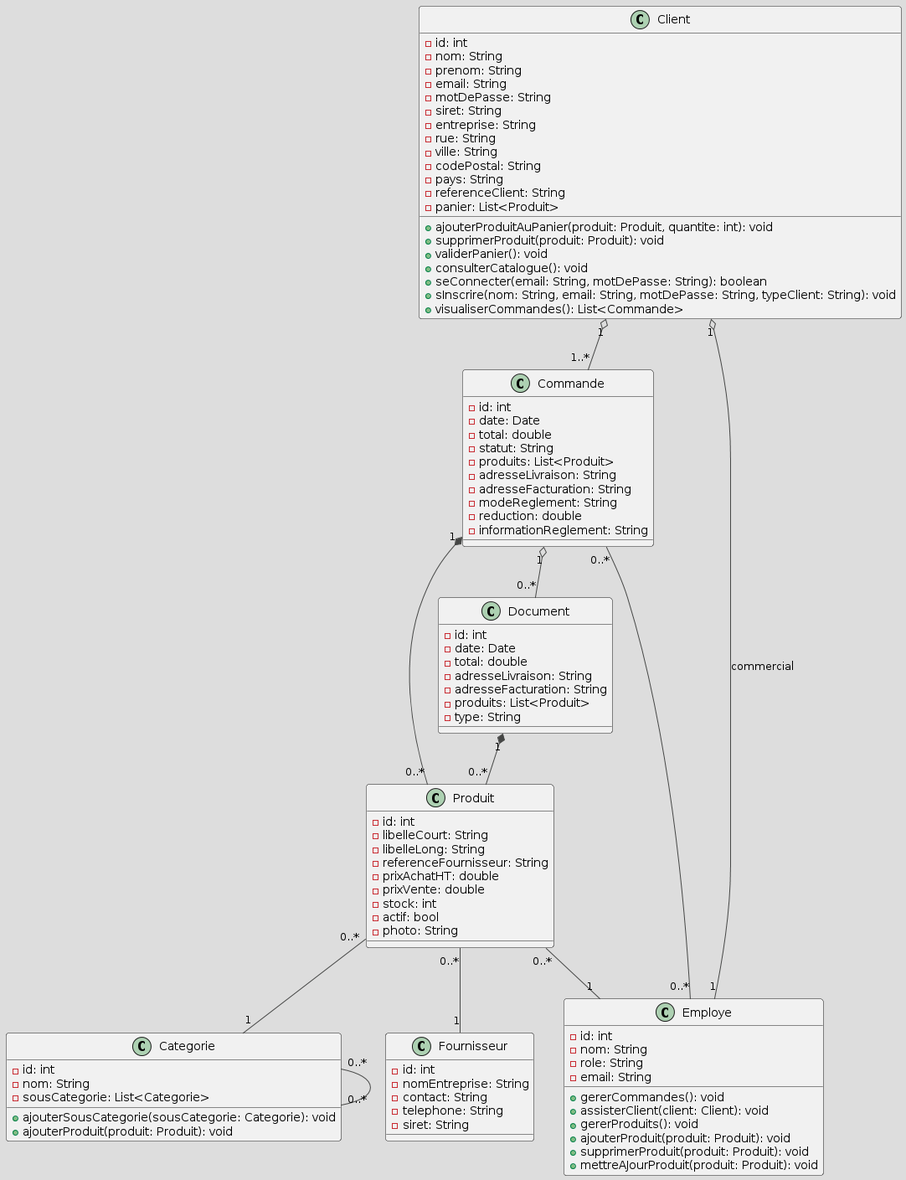
Above: modelisation/diagramme_classe.png in clemence95/villagegreen (PlantUML), before the change.
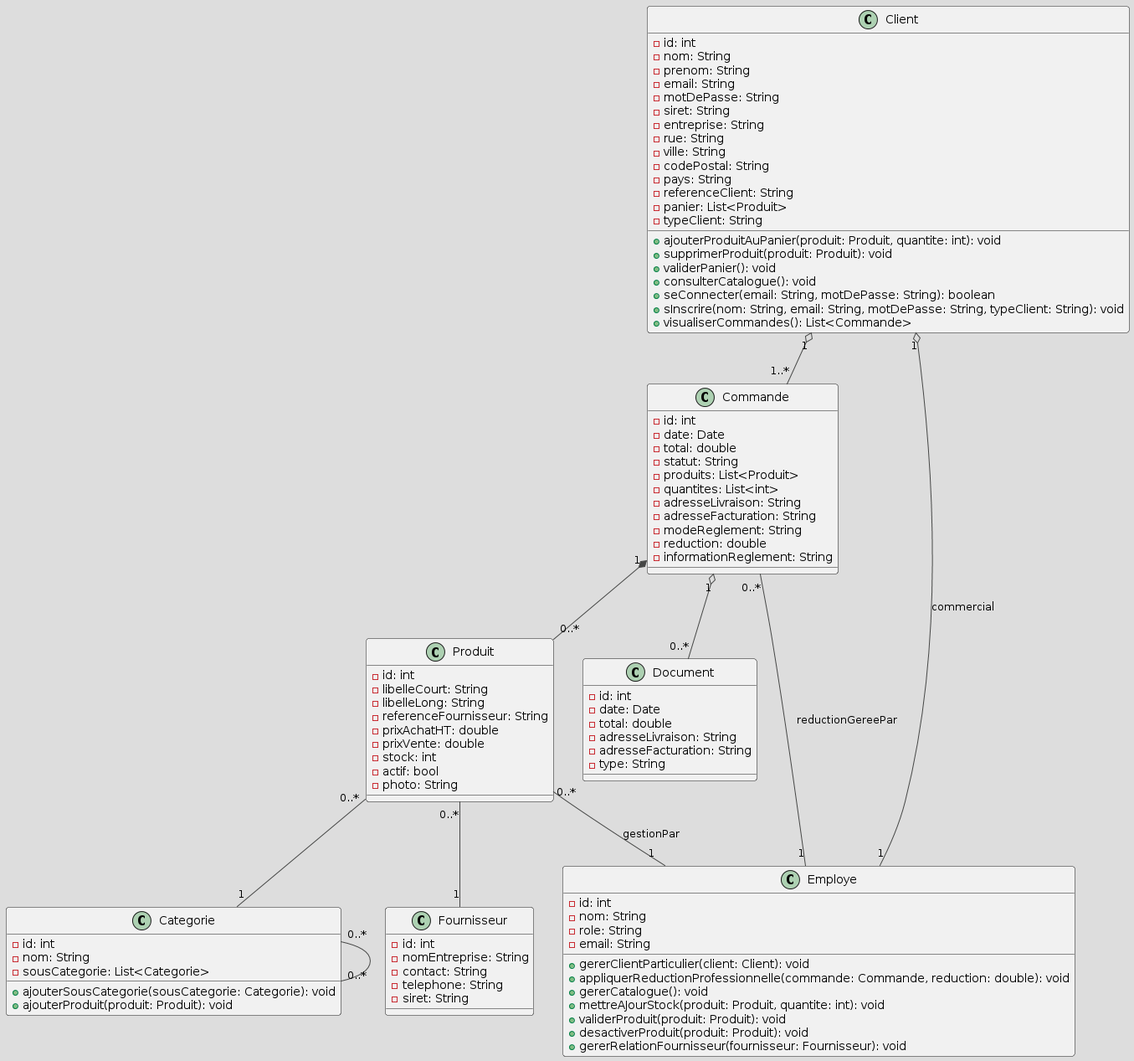
Later version of the same file.

The edit, as a diff of the source:
```diff
@@ -15,6 +15,7 @@
     - pays: String
     - referenceClient: String
     - panier: List<Produit>
+    - typeClient: String
     + ajouterProduitAuPanier(produit: Produit, quantite: int): void
     + supprimerProduit(produit: Produit): void
     + validerPanier(): void
@@ -58,6 +59,7 @@
     - total: double
     - statut: String
     - produits: List<Produit>
+    - quantites: List<int>
     - adresseLivraison: String
     - adresseFacturation: String
     - modeReglement: String
@@ -71,7 +73,6 @@
     - total: double
     - adresseLivraison: String
     - adresseFacturation: String
-    - produits: List<Produit>
     - type: String
 }
 
@@ -80,22 +81,22 @@
     - nom: String
     - role: String
     - email: String
-    + gererCommandes(): void
-    + assisterClient(client: Client): void
-    + gererProduits(): void
-    + ajouterProduit(produit: Produit): void
-    + supprimerProduit(produit: Produit): void
-    + mettreAJourProduit(produit: Produit): void
+    + gererClientParticulier(client: Client): void
+    + appliquerReductionProfessionnelle(commande: Commande, reduction: double): void
+    + gererCatalogue(): void
+    + mettreAJourStock(produit: Produit, quantite: int): void
+    + validerProduit(produit: Produit): void
+    + desactiverProduit(produit: Produit): void
+    + gererRelationFournisseur(fournisseur: Fournisseur): void
 }
 
 Client "1" o-- "1" Employe : commercial
 Client "1" o-- "1..*" Commande
 Commande "1" *-- "0..*" Produit
 Commande "1" o-- "0..*" Document
-Document "1" *-- "0..*" Produit
+Commande "0..*" -- "1" Employe : reductionGereePar
 Produit "0..*" -- "1" Fournisseur
 Produit "0..*" -- "1" Categorie
 Categorie "0..*" -- "0..*" Categorie
-Produit "0..*" -- "1" Employe
-Employe "0..*" -- "0..*" Commande
+Produit "0..*" -- "1" Employe : gestionPar
 @enduml
```
